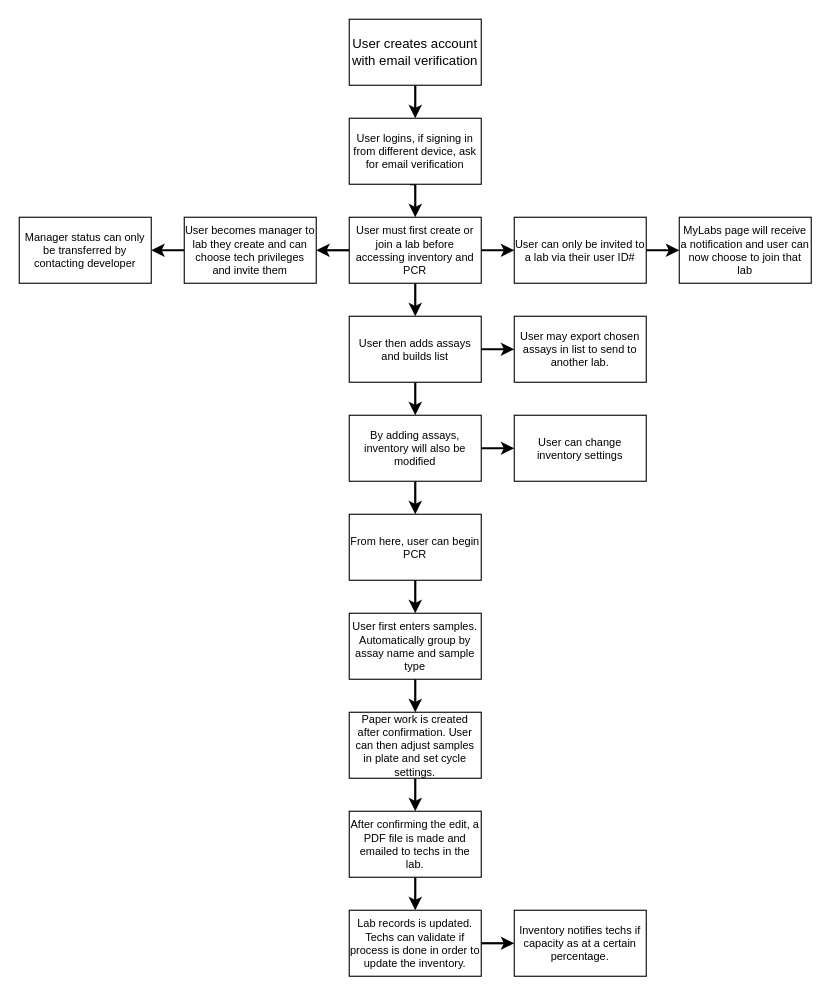
Before: page "Work Flow" (3 of 3) of Untitled Diagram.drawio in FusRaDa/pcr-paperwork-website-draw, a draw.io diagram. Source tidied: cells renumbered, new cells numbered last; positions are measured from the earlier drawing's top-left corner, leaving out a move shared by most shapes. Both pictures are drawn from the tidied source at 110%, with x=0, y=0 at pixel (19, 19).
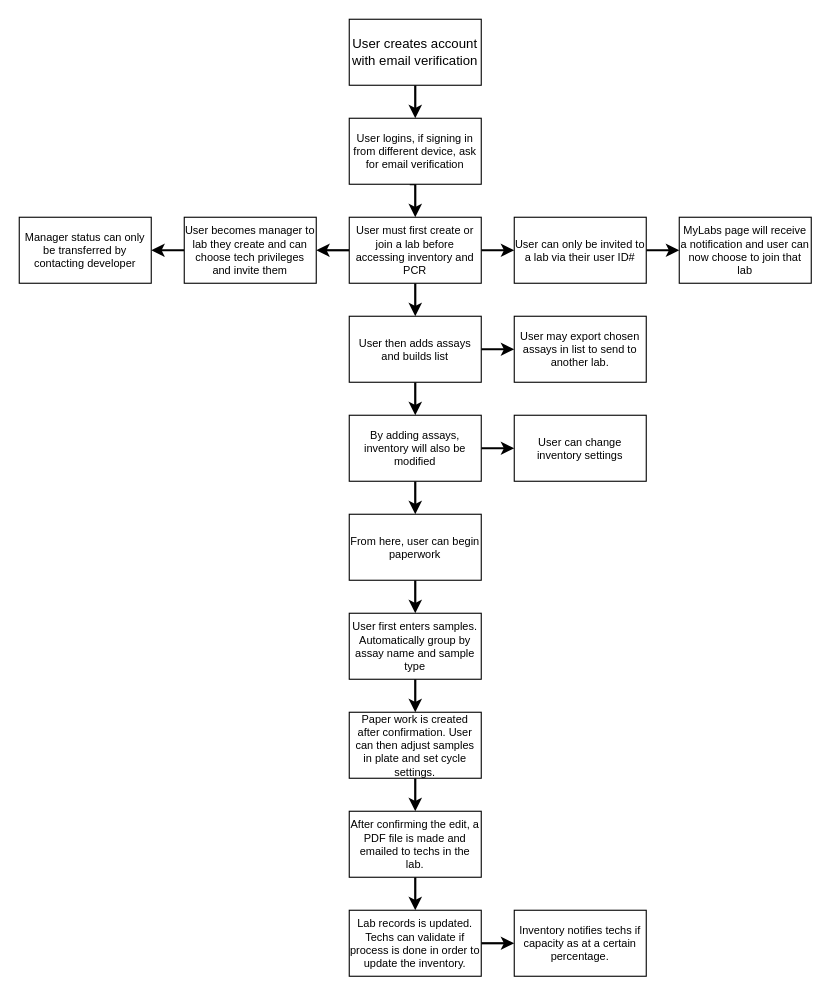
The same page after the edit.

Change to the diagram source:
```diff
@@
-    <mxCell id="17" value="From here, user can begin PCR" style="rounded=0;whiteSpace=wrap;html=1;fillColor=#FFFFFF;fontSize=10;" parent="1" vertex="1">
+    <mxCell id="17" value="From here, user can begin paperwork" style="rounded=0;whiteSpace=wrap;html=1;fillColor=#FFFFFF;fontSize=10;" parent="1" vertex="1">
       <mxGeometry x="300" y="450" width="120" height="60" as="geometry" />
     </mxCell>
```
